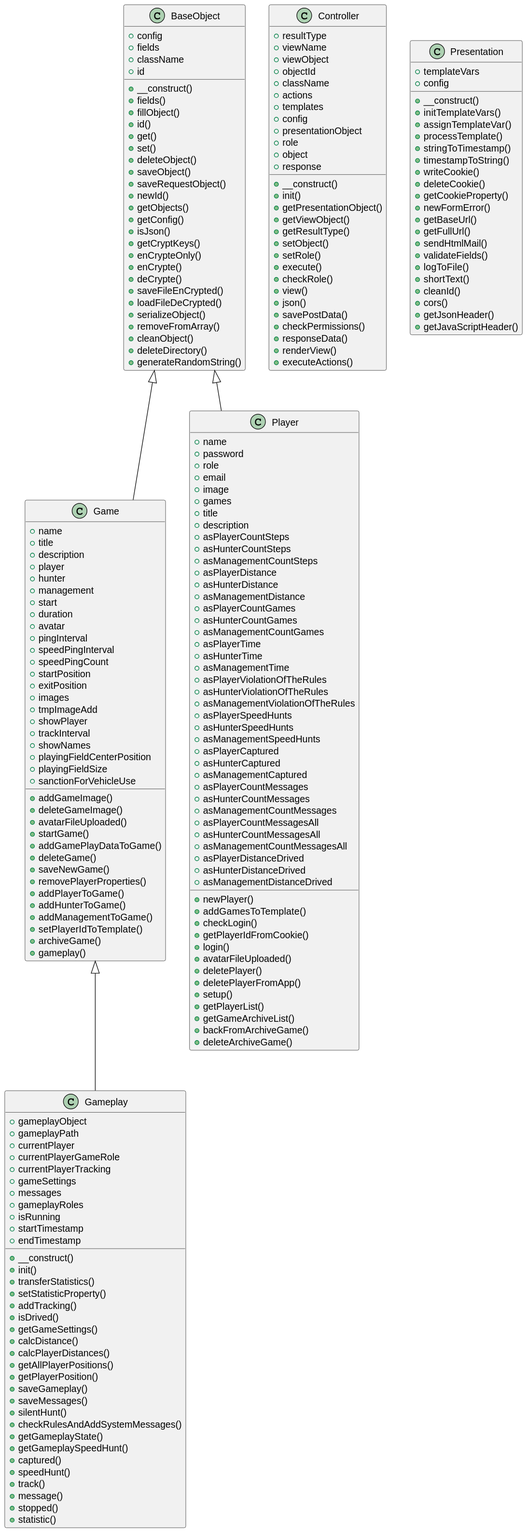
The PlantUML diagram includes/docs/php/graphs/classes.svg in septem-sensu/friendshunt, before a commit.
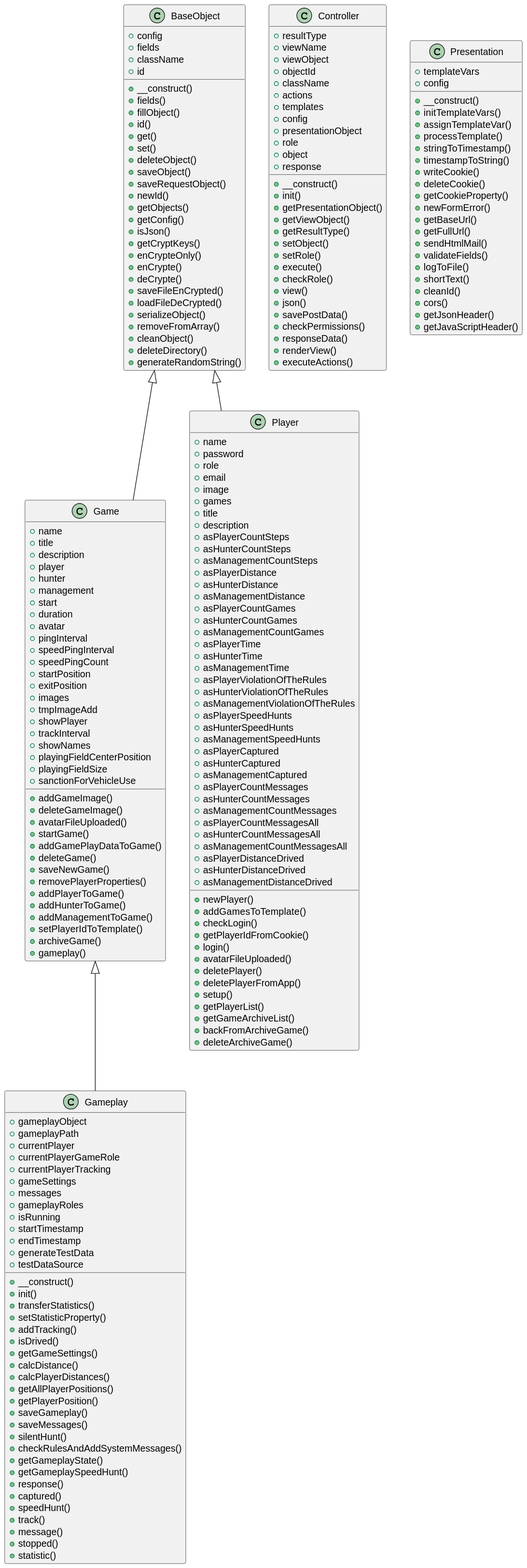
Above is the later version.

The edit, as a diff of the source:
```diff
@@ -112,6 +112,8 @@
   +isRunning
   +startTimestamp
   +endTimestamp
+  +generateTestData
+  +testDataSource
   +__construct()
   +init()
   +transferStatistics()
@@ -129,6 +131,7 @@
   +checkRulesAndAddSystemMessages()
   +getGameplayState()
   +getGameplaySpeedHunt()
+  +response()
   +captured()
   +speedHunt()
   +track()
```
